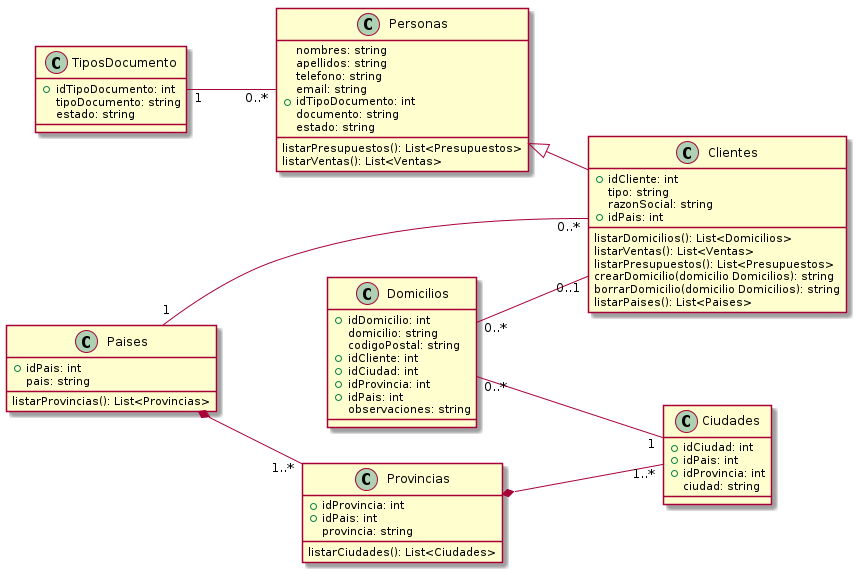
This is Informe Final/Imagenes/DiagramaClases/Vistas/vistaClientes.png from ZMGestion/DocumentacionZMGestion, a PlantUML export, as it was before one commit.
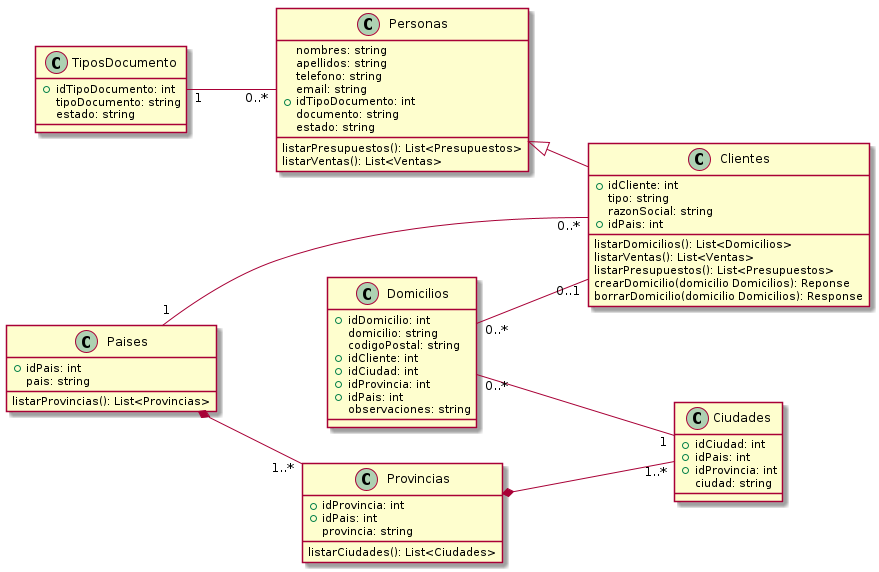
Above is the later version.

The edit, as a diff of the source:
```diff
@@ -21,10 +21,8 @@
     listarDomicilios(): List<Domicilios>
     listarVentas(): List<Ventas>
     listarPresupuestos(): List<Presupuestos>
-    crearDomicilio(domicilio Domicilios): string
-    borrarDomicilio(domicilio Domicilios): string
-    listarPaises(): List<Paises>
-
+    crearDomicilio(domicilio Domicilios): Reponse
+    borrarDomicilio(domicilio Domicilios): Response
 }
 class TiposDocumento{
    +idTipoDocumento: int
```
